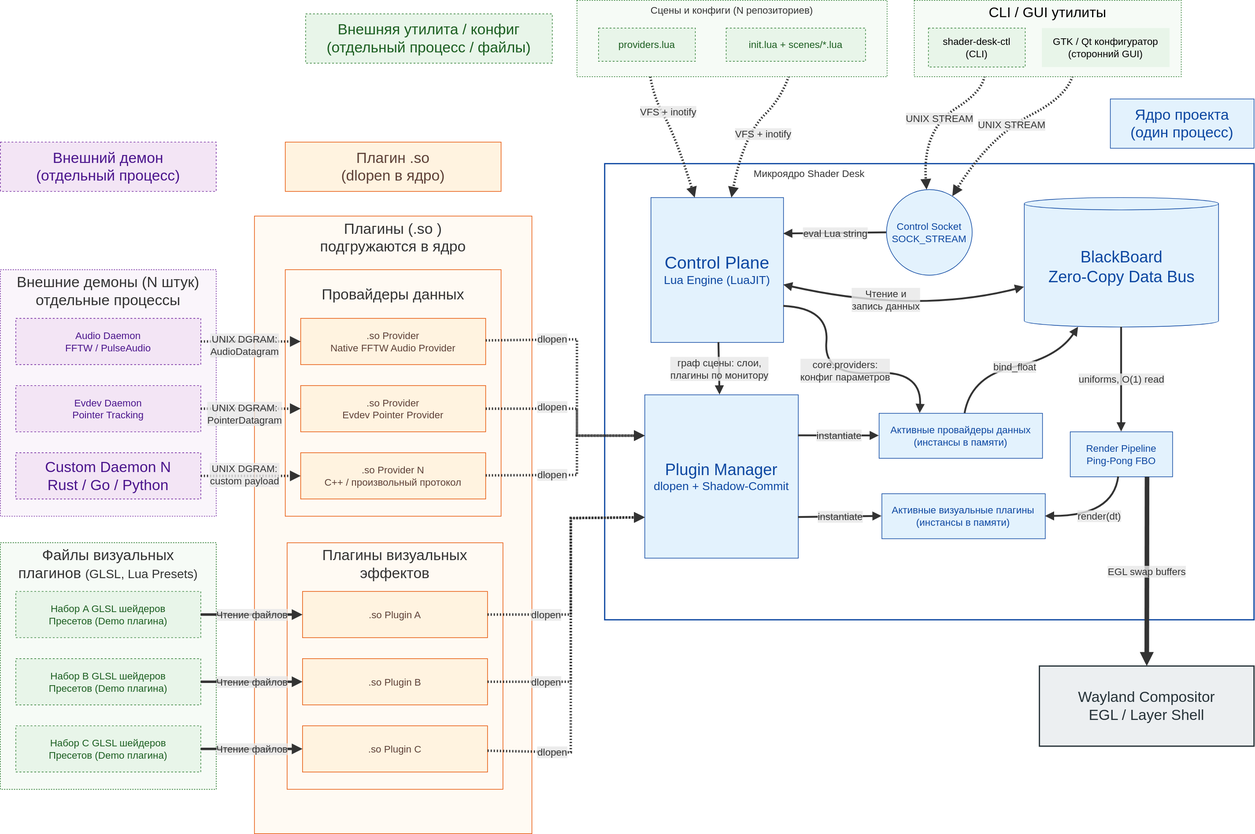
Earlier version of the draw.io export docs/ru/diagram/SVG/Архитектура.drawio.svg (KMartianov/shader-desk). Source tidied: cells renumbered, new cells last; positions are measured from the earlier drawing's top-left corner, leaving out a move shared by most shapes.
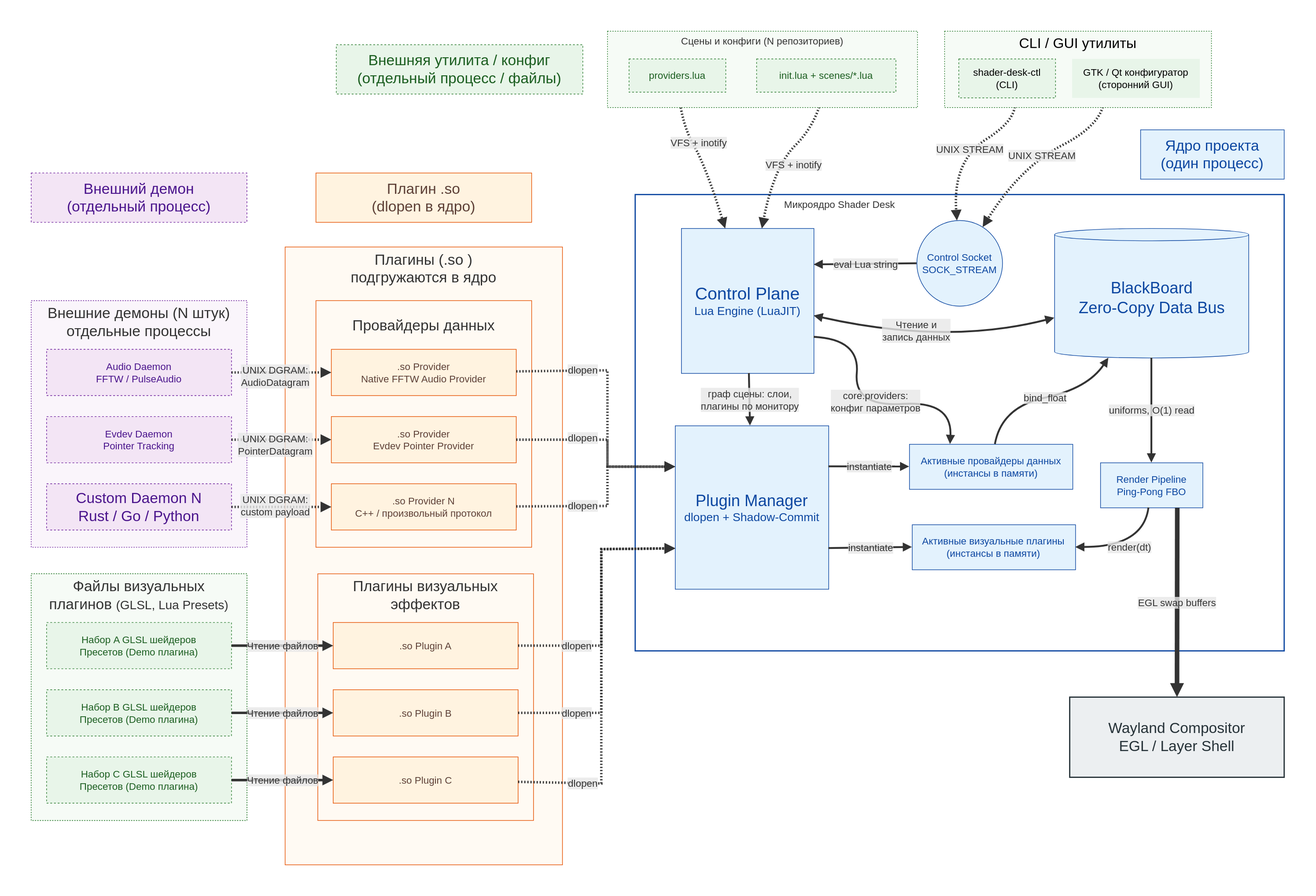
The same file after the commit.

Change to the diagram source:
```diff
@@ -5,7 +5,7 @@
     <mxCell id="2" style="group;" parent="1" vertex="1">
       <mxGeometry x="980" y="160" width="1053" height="1050" as="geometry" />
     </mxCell>
-    <mxCell id="3" style="group;" parent="2" vertex="1">
+    <mxCell id="3" style="group;fillColor=default;" parent="2" vertex="1">
       <mxGeometry y="105" width="1053" height="740" as="geometry" />
     </mxCell>
     <mxCell id="4" value="&amp;nbsp; &amp;nbsp; &amp;nbsp; &amp;nbsp; &amp;nbsp; &amp;nbsp; &amp;nbsp; &amp;nbsp; &amp;nbsp; &amp;nbsp; &amp;nbsp; &amp;nbsp; &amp;nbsp; &amp;nbsp; &amp;nbsp; &amp;nbsp; &amp;nbsp; &amp;nbsp; &amp;nbsp; &amp;nbsp; &amp;nbsp; &amp;nbsp; &amp;nbsp; &amp;nbsp; &amp;nbsp; &amp;nbsp; &amp;nbsp; Микроядро Shader Desk" style="html=1;whiteSpace=wrap;strokeWidth=2;verticalAlign=top;fillColor=default;strokeColor=#0d47a1;fontColor=light-dark(#333333,#cccccc);fontFamily=Trebuchet MS,Verdana,Arial,sans-serif;fontSize=16;align=left;" parent="3" vertex="1">
```
